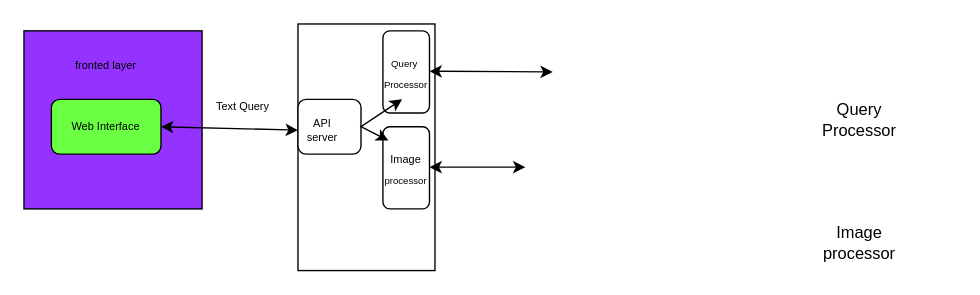
Above: Untitled Diagram.drawio in NhlamoloMaluleke/Multi-Modal-Image-Retrieval-System (draw.io), before the change. Source tidied: cells renumbered, new cells numbered last; positions are measured from the earlier drawing's top-left corner, leaving out a move shared by most shapes. Both pictures are drawn from the tidied source at 137%, with x=0, y=0 at pixel (23, 23).
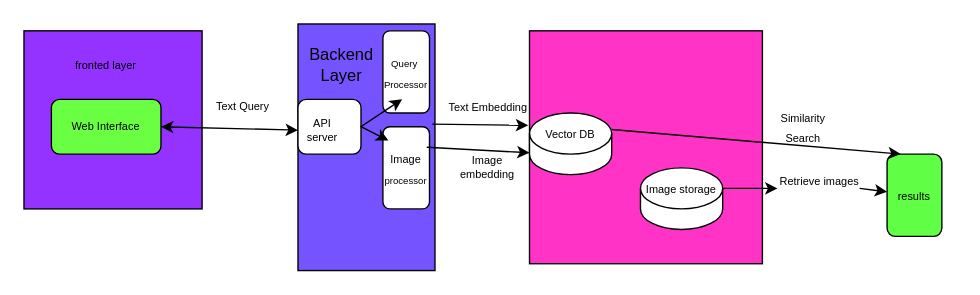
The same diagram, later.

Unchanged cells that the change refers to:
```xml
<mxCell id="19" value="&lt;font style=&quot;font-size: 8px;&quot;&gt;Image&lt;/font&gt;&lt;div&gt;&lt;font style=&quot;font-size: 7px;&quot;&gt;&lt;font style=&quot;&quot;&gt;process&lt;/font&gt;or&lt;/font&gt;&lt;/div&gt;" style="text;html=1;align=center;verticalAlign=middle;whiteSpace=wrap;rounded=0;" parent="1" vertex="1">
  <mxGeometry x="249" y="90" width="60" height="30" as="geometry" />
</mxCell>
```

The edit, as a diff of the source:
```diff
@@
-    <mxCell id="7" style="rounded=0;whiteSpace=wrap;html=1;" parent="1" vertex="1">
+    <mxCell id="7" style="rounded=0;whiteSpace=wrap;html=1;fillColor=light-dark(#7554FF,var(--ge-dark-color, #121212));" parent="1" vertex="1">
       <mxGeometry x="200" width="100" height="180" as="geometry" />
     </mxCell>
@@
-    <mxCell id="11" value="Image processor" style="text;html=1;align=center;verticalAlign=middle;whiteSpace=wrap;rounded=0;" parent="1" vertex="1">
-      <mxGeometry x="580" y="145" width="60" height="30" as="geometry" />
-    </mxCell>
-    <mxCell id="12" value="Query Processor" style="text;html=1;align=center;verticalAlign=middle;whiteSpace=wrap;rounded=0;" parent="1" vertex="1">
-      <mxGeometry x="580" y="55" width="60" height="30" as="geometry" />
-    </mxCell>
@@
-    <mxCell id="16" style="endArrow=classic;startArrow=classic;html=1;rounded=0;" parent="1" edge="1">
-      <mxGeometry relative="1" as="geometry">
-        <mxPoint x="296" y="34.5" as="sourcePoint" />
-        <mxPoint x="386" y="35" as="targetPoint" />
-      </mxGeometry>
-    </mxCell>
-    <mxCell id="17" style="endArrow=classic;startArrow=classic;html=1;rounded=0;" parent="1" edge="1">
-      <mxGeometry relative="1" as="geometry">
-        <mxPoint x="296" y="104.5" as="sourcePoint" />
-        <mxPoint x="366" y="104.5" as="targetPoint" />
-      </mxGeometry>
-    </mxCell>
@@
+    <mxCell id="20" value="&lt;font style=&quot;font-size: 8px;&quot;&gt;Text Embedding&lt;/font&gt;" style="text;html=1;align=center;verticalAlign=middle;whiteSpace=wrap;rounded=0;" parent="1" vertex="1">
+      <mxGeometry x="309" y="35" width="60" height="50" as="geometry" />
+    </mxCell>
+    <mxCell id="21" value="Image embedding" style="text;html=1;align=center;verticalAlign=middle;whiteSpace=wrap;rounded=0;fontSize=8;" parent="1" vertex="1">
+      <mxGeometry x="308" y="90" width="61" height="30" as="geometry" />
+    </mxCell>
+    <mxCell id="22" style="whiteSpace=wrap;html=1;fillColor=light-dark(#FF34C6,var(--ge-dark-color, #121212));" parent="1" vertex="1">
+      <mxGeometry x="369" y="5" width="170" height="170" as="geometry" />
+    </mxCell>
+    <mxCell id="23" style="shape=cylinder3;whiteSpace=wrap;html=1;boundedLbl=1;backgroundOutline=1;size=15;" parent="1" vertex="1">
+      <mxGeometry x="369" y="65" width="60" height="45" as="geometry" />
+    </mxCell>
+    <mxCell id="24" value="Backend Layer" style="text;html=1;align=center;verticalAlign=middle;whiteSpace=wrap;rounded=0;" parent="1" vertex="1">
+      <mxGeometry x="202" y="15" width="60" height="30" as="geometry" />
+    </mxCell>
+    <mxCell id="25" style="shape=cylinder3;whiteSpace=wrap;html=1;boundedLbl=1;backgroundOutline=1;size=15;" parent="1" vertex="1">
+      <mxGeometry x="450" y="105" width="60" height="45" as="geometry" />
+    </mxCell>
+    <mxCell id="26" style="endArrow=classic;html=1;rounded=0;exitX=0.98;exitY=0.406;exitDx=0;exitDy=0;exitPerimeter=0;" parent="1" edge="1" source="7">
+      <mxGeometry relative="1" as="geometry">
+        <mxPoint x="368" y="74" as="targetPoint" />
+      </mxGeometry>
+    </mxCell>
+    <mxCell id="27" style="endArrow=classic;html=1;rounded=0;exitX=0.75;exitY=0;exitDx=0;exitDy=0;" parent="1" edge="1" source="19">
+      <mxGeometry relative="1" as="geometry">
+        <mxPoint x="369" y="94" as="targetPoint" />
+      </mxGeometry>
+    </mxCell>
+    <mxCell id="28" value="&lt;font style=&quot;font-size: 8px;&quot;&gt;Vector DB&lt;/font&gt;" style="text;html=1;align=center;verticalAlign=middle;whiteSpace=wrap;rounded=0;" parent="1" vertex="1">
+      <mxGeometry x="369" y="65" width="60" height="30" as="geometry" />
+    </mxCell>
+    <mxCell id="29" value="&lt;span style=&quot;font-size: 8px;&quot;&gt;Image storage&lt;/span&gt;" style="text;html=1;align=center;verticalAlign=middle;whiteSpace=wrap;rounded=0;" parent="1" vertex="1">
+      <mxGeometry x="450" y="105" width="60" height="30" as="geometry" />
+    </mxCell>
+    <mxCell id="30" style="endArrow=classic;html=1;rounded=0;exitX=1;exitY=0.5;exitDx=0;exitDy=0;" parent="1" edge="1" source="36" target="31">
+      <mxGeometry relative="1" as="geometry" />
+    </mxCell>
+    <mxCell id="31" style="rounded=1;whiteSpace=wrap;html=1;fillColor=light-dark(#60FF45,var(--ge-dark-color, #121212));" parent="1" vertex="1">
+      <mxGeometry x="630" y="95" width="40" height="60" as="geometry" />
+    </mxCell>
+    <mxCell id="32" style="endArrow=classic;html=1;rounded=0;exitX=1;exitY=0.5;exitDx=0;exitDy=0;entryX=0.25;entryY=0;entryDx=0;entryDy=0;" parent="1" edge="1" target="31">
+      <mxGeometry relative="1" as="geometry">
+        <mxPoint x="429" y="77" as="sourcePoint" />
+      </mxGeometry>
+    </mxCell>
+    <mxCell id="33" value="&lt;span style=&quot;font-size: 8px;&quot;&gt;Similarity Search&lt;/span&gt;" style="text;html=1;align=center;verticalAlign=middle;whiteSpace=wrap;rounded=0;" parent="1" vertex="1">
+      <mxGeometry x="539" y="60" width="60" height="30" as="geometry" />
+    </mxCell>
+    <mxCell id="34" value="&lt;span style=&quot;font-size: 8px;&quot;&gt;results&lt;/span&gt;" style="text;html=1;align=center;verticalAlign=middle;whiteSpace=wrap;rounded=0;" parent="1" vertex="1">
+      <mxGeometry x="620" y="110" width="60" height="30" as="geometry" />
+    </mxCell>
+    <mxCell id="35" style="endArrow=classic;html=1;rounded=0;exitX=1;exitY=0.5;exitDx=0;exitDy=0;" parent="1" edge="1" source="29" target="36">
+      <mxGeometry relative="1" as="geometry" />
+    </mxCell>
+    <mxCell id="36" value="&lt;div style=&quot;text-align: center;&quot;&gt;&lt;span style=&quot;background-color: transparent; color: light-dark(rgb(0, 0, 0), rgb(255, 255, 255)); font-size: 8px;&quot;&gt;Retrieve images&lt;/span&gt;&lt;/div&gt;" style="text;whiteSpace=wrap;html=1;" parent="1" vertex="1">
+      <mxGeometry x="550" y="100" width="60" height="40" as="geometry" />
+    </mxCell>
```
